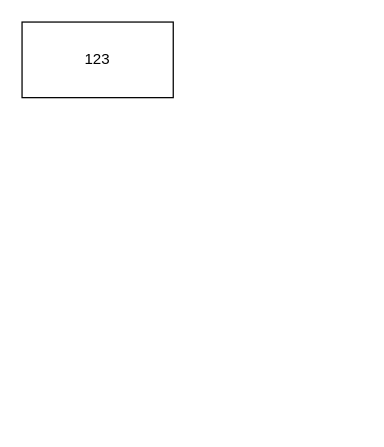
Above: 未命名绘图.drawio in nsux/- (draw.io), before the change. Source tidied: cells renumbered, new cells numbered last; positions are measured from the earlier drawing's top-left corner, leaving out a move shared by most shapes. Both pictures are drawn from the tidied source at 126%, with x=0, y=0 at pixel (21, 21).
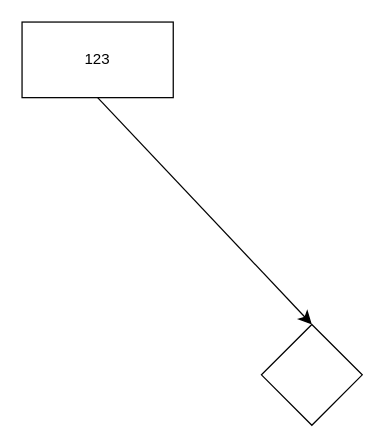
The same page after the edit.

Commit message:
更新未命名绘图.drawio

Diff of the diagram source:
```diff
@@
 <mxGraphModel>
   <root>
     <mxCell id="0" />
     <mxCell id="1" parent="0" />
     <mxCell id="2" value="123" style="whiteSpace=wrap;html=1;" parent="1" vertex="1">
       <mxGeometry width="120" height="60" as="geometry" />
     </mxCell>
+    <mxCell id="3" style="rhombus;whiteSpace=wrap;html=1;" parent="1" vertex="1">
+      <mxGeometry x="190" y="240" width="80" height="80" as="geometry" />
+    </mxCell>
+    <mxCell id="4" style="edgeStyle=none;jettySize=auto;html=1;rounded=0;fontSize=12;startSize=8;endSize=8;curved=1;exitX=0.5;exitY=1;exitDx=0;exitDy=0;entryX=0.5;entryY=0;entryDx=0;entryDy=0;" parent="1" edge="1" source="2" target="3">
+      <mxGeometry relative="1" as="geometry" />
+    </mxCell>
   </root>
 </mxGraphModel>
```
